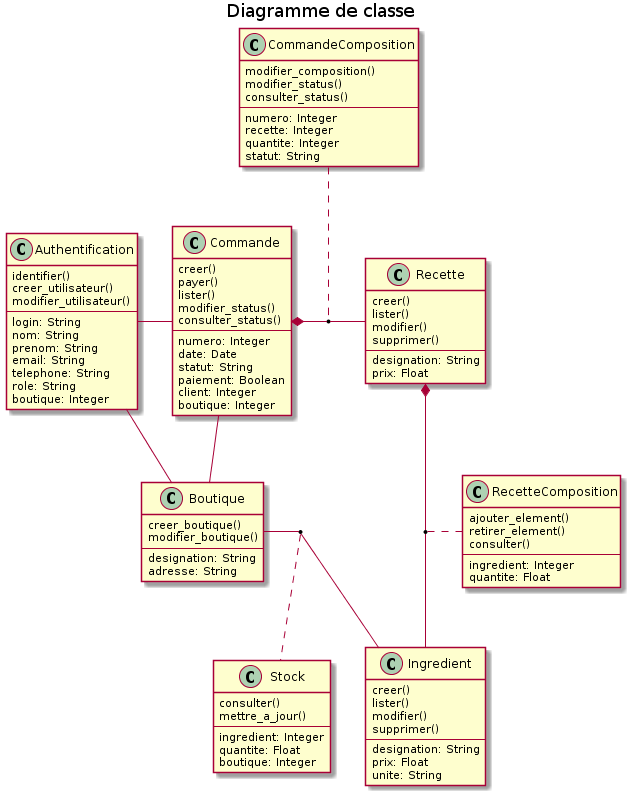
Before: doc/img/06_Class_diagram.png, a diagram exported from PlantUML (Zepmanbc/oc_dapython_pr6).
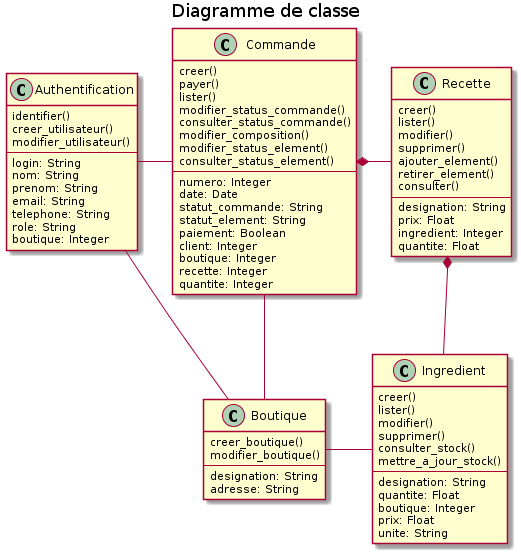
The same file after the commit.

Commit message:
class diagram modification

Diff of the diagram source:
```diff
@@ -5,26 +5,21 @@
     creer()
     payer()
     lister()
-    modifier_status()
-    consulter_status()
+    modifier_status_commande()
+    consulter_status_commande()
+    modifier_composition()
+    modifier_status_element()
+    consulter_status_element()
     --
     numero: Integer
     date: Date
-    statut: String
+    statut_commande: String
+    statut_element: String
     paiement: Boolean
     client: Integer
     boutique: Integer
-}
-
-class CommandeComposition{
-    modifier_composition()
-    modifier_status()
-    consulter_status()
-    --
-    numero: Integer
     recette: Integer
     quantite: Integer
-    statut: String
 }
 
 class Recette{
@@ -32,16 +27,12 @@
     lister()
     modifier()
     supprimer()
-    --
-    designation: String
-    prix: Float
-}
-
-class RecetteComposition{
     ajouter_element()
     retirer_element()
     consulter()
     --
+    designation: String
+    prix: Float
     ingredient: Integer
     quantite: Float
 }
@@ -51,19 +42,14 @@
     lister()
     modifier()
     supprimer()
+    consulter_stock()
+    mettre_a_jour_stock()
     --
     designation: String
+    quantite: Float
+    boutique: Integer
     prix: Float
     unite: String
-}
-
-class Stock{
-    consulter()
-    mettre_a_jour()
-    --
-    ingredient: Integer
-    quantite: Float
-    boutique: Integer
 }
 
 class Authentification{
@@ -89,17 +75,14 @@
 }
 
 Commande *- Recette
-CommandeComposition . (Commande, Recette)
 
 Recette *-- Ingredient
-(Recette, Ingredient) . RecetteComposition
 
 Authentification - Commande
 Authentification - Boutique
 Commande -- Boutique
 
 Boutique - Ingredient
-(Ingredient, Boutique) . Stock
 
 
 @enduml
```
